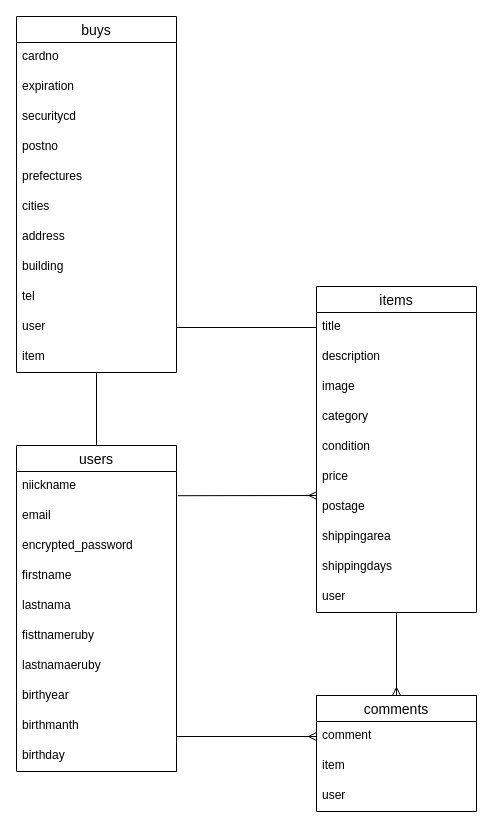
The draw.io diagram er.dio in yco00/furima-38645, before the edit. Source tidied: cells renumbered, new cells numbered last; positions are measured from the earlier drawing's top-left corner, leaving out a move shared by most shapes. Both pictures are drawn from the tidied source at 100%, with x=0, y=0 at pixel (16, 16).
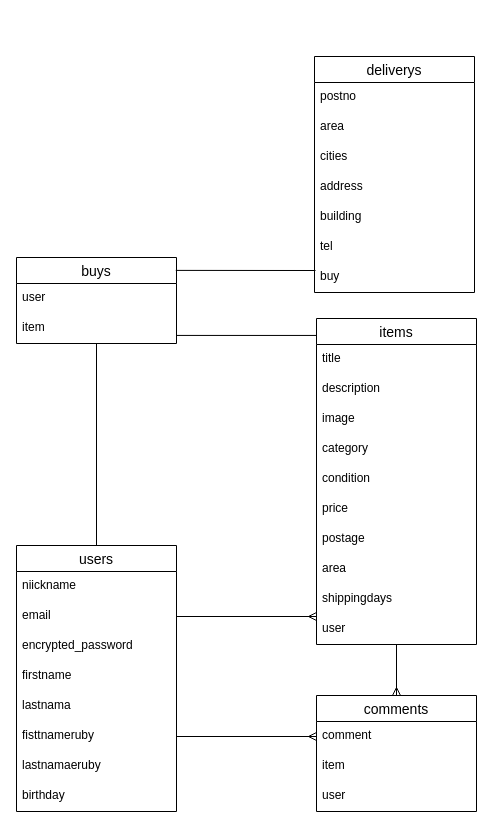
After the change.

Commit message (it also covers changes not shown here):
ER図、データ設計修正(buys deliverys 独立)

Unchanged cells that the change refers to:
```xml
<mxCell id="4" value="niickname" style="text;strokeColor=none;fillColor=none;spacingLeft=4;spacingRight=4;overflow=hidden;points=[[0,0.5],[1,0.5]];portConstraint=eastwest;fontSize=12;" parent="3" vertex="1">
  <mxGeometry y="26" width="160" height="30" as="geometry" />
</mxCell>
<mxCell id="5" value="email" style="text;strokeColor=none;fillColor=none;spacingLeft=4;spacingRight=4;overflow=hidden;points=[[0,0.5],[1,0.5]];portConstraint=eastwest;fontSize=12;" parent="3" vertex="1">
  <mxGeometry y="56" width="160" height="30" as="geometry" />
</mxCell>
<mxCell id="19" value="title" style="text;strokeColor=none;fillColor=none;spacingLeft=4;spacingRight=4;overflow=hidden;points=[[0,0.5],[1,0.5]];portConstraint=eastwest;fontSize=12;" parent="18" vertex="1">
  <mxGeometry y="26" width="160" height="30" as="geometry" />
</mxCell>
<mxCell id="25" value="postage" style="text;strokeColor=none;fillColor=none;spacingLeft=4;spacingRight=4;overflow=hidden;points=[[0,0.5],[1,0.5]];portConstraint=eastwest;fontSize=12;" parent="18" vertex="1">
  <mxGeometry y="206" width="160" height="30" as="geometry" />
</mxCell>
<mxCell id="28" value="user" style="text;strokeColor=none;fillColor=none;spacingLeft=4;spacingRight=4;overflow=hidden;points=[[0,0.5],[1,0.5]];portConstraint=eastwest;fontSize=12;" parent="18" vertex="1">
  <mxGeometry y="296" width="160" height="30" as="geometry" />
</mxCell>
```

Diff of the diagram source:
```diff
@@
     <mxCell id="3" value="users" style="swimlane;fontStyle=0;horizontal=1;startSize=26;align=center;fontSize=14;" parent="1" vertex="1">
-      <mxGeometry y="429" width="160" height="326" as="geometry" />
+      <mxGeometry y="529" width="160" height="266" as="geometry" />
     </mxCell>
@@
-    <mxCell id="11" value="birthyear" style="text;strokeColor=none;fillColor=none;spacingLeft=4;spacingRight=4;overflow=hidden;fontSize=12;" parent="3" vertex="1">
-      <mxGeometry y="236" width="160" height="30" as="geometry" />
-    </mxCell>
-    <mxCell id="12" value="birthmanth" style="text;strokeColor=none;fillColor=none;spacingLeft=4;spacingRight=4;overflow=hidden;fontSize=12;" parent="3" vertex="1">
-      <mxGeometry y="266" width="160" height="30" as="geometry" />
-    </mxCell>
     <mxCell id="13" value="birthday" style="text;strokeColor=none;fillColor=none;spacingLeft=4;spacingRight=4;overflow=hidden;fontSize=12;" parent="3" vertex="1">
-      <mxGeometry y="296" width="160" height="30" as="geometry" />
+      <mxGeometry y="236" width="160" height="30" as="geometry" />
     </mxCell>
@@
     <mxCell id="18" value="items" style="swimlane;fontStyle=0;horizontal=1;startSize=26;align=center;fontSize=14;" parent="1" vertex="1">
-      <mxGeometry x="300" y="270" width="160" height="326" as="geometry" />
+      <mxGeometry x="300" y="302" width="160" height="326" as="geometry" />
     </mxCell>
@@
-    <mxCell id="26" value="shippingarea" style="text;strokeColor=none;fillColor=none;spacingLeft=4;spacingRight=4;overflow=hidden;fontSize=12;" parent="18" vertex="1">
+    <mxCell id="26" value="area" style="text;strokeColor=none;fillColor=none;spacingLeft=4;spacingRight=4;overflow=hidden;fontSize=12;" parent="18" vertex="1">
       <mxGeometry y="236" width="160" height="30" as="geometry" />
     </mxCell>
@@
-    <mxCell id="30" style="edgeStyle=none;html=1;entryX=1.009;entryY=0.807;entryDx=0;entryDy=0;strokeColor=default;startArrow=ERmany;startFill=0;endArrow=none;endFill=0;entryPerimeter=0;exitX=0.003;exitY=0.1;exitDx=0;exitDy=0;exitPerimeter=0;" parent="1" edge="1" source="25" target="4">
+    <mxCell id="30" style="edgeStyle=none;html=1;strokeColor=default;startArrow=ERmany;startFill=0;endArrow=none;endFill=0;exitX=0;exitY=0.067;exitDx=0;exitDy=0;exitPerimeter=0;entryX=1;entryY=0.5;entryDx=0;entryDy=0;" parent="1" edge="1" source="28" target="5">
       <mxGeometry relative="1" as="geometry" />
     </mxCell>
@@
     <mxCell id="32" value="buys" style="swimlane;fontStyle=0;horizontal=1;startSize=26;align=center;fontSize=14;" parent="1" vertex="1">
-      <mxGeometry width="160" height="356" as="geometry" />
+      <mxGeometry y="241" width="160" height="86" as="geometry" />
     </mxCell>
-    <mxCell id="33" value="cardno" style="text;strokeColor=none;fillColor=none;spacingLeft=4;spacingRight=4;overflow=hidden;fontSize=12;" parent="32" vertex="1">
-      <mxGeometry y="26" width="160" height="30" as="geometry" />
-    </mxCell>
-    <mxCell id="34" value="expiration" style="text;strokeColor=none;fillColor=none;spacingLeft=4;spacingRight=4;overflow=hidden;fontSize=12;" parent="32" vertex="1">
-      <mxGeometry y="56" width="160" height="30" as="geometry" />
-    </mxCell>
-    <mxCell id="35" value="securitycd" style="text;strokeColor=none;fillColor=none;spacingLeft=4;spacingRight=4;overflow=hidden;fontSize=12;" parent="32" vertex="1">
-      <mxGeometry y="86" width="160" height="30" as="geometry" />
-    </mxCell>
+    <mxCell id="42" value="user" style="text;strokeColor=none;fillColor=none;spacingLeft=4;spacingRight=4;overflow=hidden;points=[[0,0.5],[1,0.5]];portConstraint=eastwest;fontSize=12;" parent="32" vertex="1">
+      <mxGeometry y="26" width="160" height="30" as="geometry" />
+    </mxCell>
+    <mxCell id="43" value="item" style="text;strokeColor=none;fillColor=none;spacingLeft=4;spacingRight=4;overflow=hidden;points=[[0,0.5],[1,0.5]];portConstraint=eastwest;fontSize=12;" parent="32" vertex="1">
+      <mxGeometry y="56" width="160" height="30" as="geometry" />
+    </mxCell>
+    <mxCell id="44" style="edgeStyle=none;html=1;strokeColor=default;startArrow=none;startFill=0;endArrow=none;endFill=0;exitX=1.002;exitY=0.731;exitDx=0;exitDy=0;exitPerimeter=0;entryX=0;entryY=0.052;entryDx=0;entryDy=0;entryPerimeter=0;" parent="1" edge="1" source="43" target="18">
+      <mxGeometry relative="1" as="geometry" />
+    </mxCell>
+    <mxCell id="45" value="deliverys" style="swimlane;fontStyle=0;horizontal=1;startSize=26;align=center;fontSize=14;" parent="1" vertex="1">
+      <mxGeometry x="298" y="40" width="160" height="236" as="geometry" />
+    </mxCell>
-    <mxCell id="36" value="postno" style="text;strokeColor=none;fillColor=none;spacingLeft=4;spacingRight=4;overflow=hidden;fontSize=12;" parent="32" vertex="1">
-      <mxGeometry y="116" width="160" height="30" as="geometry" />
+    <mxCell id="36" value="postno" style="text;strokeColor=none;fillColor=none;spacingLeft=4;spacingRight=4;overflow=hidden;fontSize=12;" parent="45" vertex="1">
+      <mxGeometry y="26" width="160" height="30" as="geometry" />
     </mxCell>
-    <mxCell id="37" value="prefectures" style="text;strokeColor=none;fillColor=none;spacingLeft=4;spacingRight=4;overflow=hidden;fontSize=12;" parent="32" vertex="1">
-      <mxGeometry y="146" width="160" height="30" as="geometry" />
-    </mxCell>
+    <mxCell id="46" value="area" style="text;strokeColor=none;fillColor=none;spacingLeft=4;spacingRight=4;overflow=hidden;fontSize=12;" parent="45" vertex="1">
+      <mxGeometry y="56" width="160" height="30" as="geometry" />
+    </mxCell>
-    <mxCell id="38" value="cities" style="text;strokeColor=none;fillColor=none;spacingLeft=4;spacingRight=4;overflow=hidden;fontSize=12;" parent="32" vertex="1">
-      <mxGeometry y="176" width="160" height="30" as="geometry" />
+    <mxCell id="38" value="cities" style="text;strokeColor=none;fillColor=none;spacingLeft=4;spacingRight=4;overflow=hidden;fontSize=12;" parent="45" vertex="1">
+      <mxGeometry y="86" width="160" height="30" as="geometry" />
     </mxCell>
-    <mxCell id="39" value="address" style="text;strokeColor=none;fillColor=none;spacingLeft=4;spacingRight=4;overflow=hidden;fontSize=12;" parent="32" vertex="1">
-      <mxGeometry y="206" width="160" height="30" as="geometry" />
+    <mxCell id="39" value="address" style="text;strokeColor=none;fillColor=none;spacingLeft=4;spacingRight=4;overflow=hidden;fontSize=12;" parent="45" vertex="1">
+      <mxGeometry y="116" width="160" height="30" as="geometry" />
     </mxCell>
-    <mxCell id="40" value="building" style="text;strokeColor=none;fillColor=none;spacingLeft=4;spacingRight=4;overflow=hidden;fontSize=12;" parent="32" vertex="1">
-      <mxGeometry y="236" width="160" height="30" as="geometry" />
+    <mxCell id="40" value="building" style="text;strokeColor=none;fillColor=none;spacingLeft=4;spacingRight=4;overflow=hidden;fontSize=12;" parent="45" vertex="1">
+      <mxGeometry y="146" width="160" height="30" as="geometry" />
     </mxCell>
-    <mxCell id="41" value="tel" style="text;strokeColor=none;fillColor=none;spacingLeft=4;spacingRight=4;overflow=hidden;fontSize=12;" parent="32" vertex="1">
-      <mxGeometry y="266" width="160" height="30" as="geometry" />
+    <mxCell id="41" value="tel" style="text;strokeColor=none;fillColor=none;spacingLeft=4;spacingRight=4;overflow=hidden;fontSize=12;" parent="45" vertex="1">
+      <mxGeometry y="176" width="160" height="30" as="geometry" />
     </mxCell>
-    <mxCell id="42" value="user" style="text;strokeColor=none;fillColor=none;spacingLeft=4;spacingRight=4;overflow=hidden;points=[[0,0.5],[1,0.5]];portConstraint=eastwest;fontSize=12;" parent="32" vertex="1">
-      <mxGeometry y="296" width="160" height="30" as="geometry" />
-    </mxCell>
-    <mxCell id="43" value="item" style="text;strokeColor=none;fillColor=none;spacingLeft=4;spacingRight=4;overflow=hidden;points=[[0,0.5],[1,0.5]];portConstraint=eastwest;fontSize=12;" parent="32" vertex="1">
-      <mxGeometry y="326" width="160" height="30" as="geometry" />
-    </mxCell>
-    <mxCell id="44" style="edgeStyle=none;html=1;exitX=1;exitY=0.5;exitDx=0;exitDy=0;entryX=0;entryY=0.5;entryDx=0;entryDy=0;strokeColor=default;startArrow=none;startFill=0;endArrow=none;endFill=0;" parent="1" edge="1" source="42" target="19">
-      <mxGeometry relative="1" as="geometry" />
-    </mxCell>
+    <mxCell id="47" value="buy" style="text;strokeColor=none;fillColor=none;spacingLeft=4;spacingRight=4;overflow=hidden;fontSize=12;" parent="45" vertex="1">
+      <mxGeometry y="206" width="160" height="30" as="geometry" />
+    </mxCell>
+    <mxCell id="48" style="edgeStyle=none;html=1;strokeColor=default;startArrow=none;startFill=0;endArrow=none;endFill=0;exitX=1.002;exitY=0.731;exitDx=0;exitDy=0;exitPerimeter=0;entryX=0;entryY=0.052;entryDx=0;entryDy=0;entryPerimeter=0;" parent="1" edge="1">
+      <mxGeometry relative="1" as="geometry">
+        <mxPoint x="159.3" y="253.9" as="sourcePoint" />
+        <mxPoint x="299" y="254" as="targetPoint" />
+      </mxGeometry>
+    </mxCell>
```
